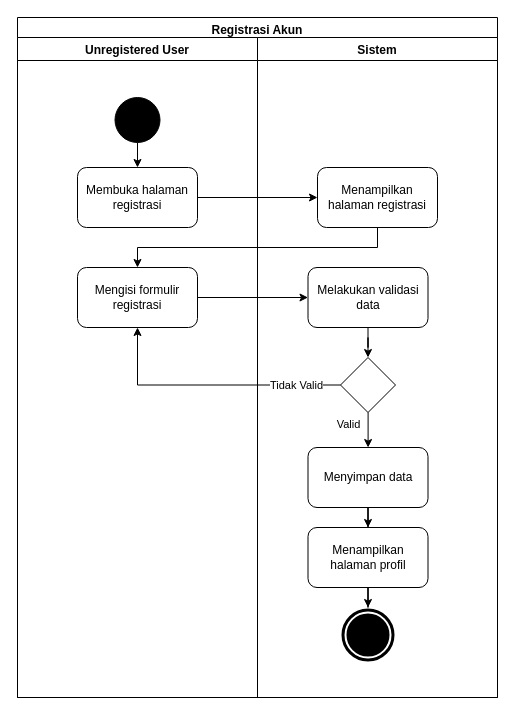
This is Diagram/Activity Diagram/1. register.drawio from techie-jhs/thesis, a draw.io file, before an edit. Source tidied: cells renumbered, new cells numbered last; positions are measured from the earlier drawing's top-left corner, leaving out a move shared by most shapes. Both pictures are drawn from the tidied source at 100%, with x=0, y=0 at pixel (17, 17).
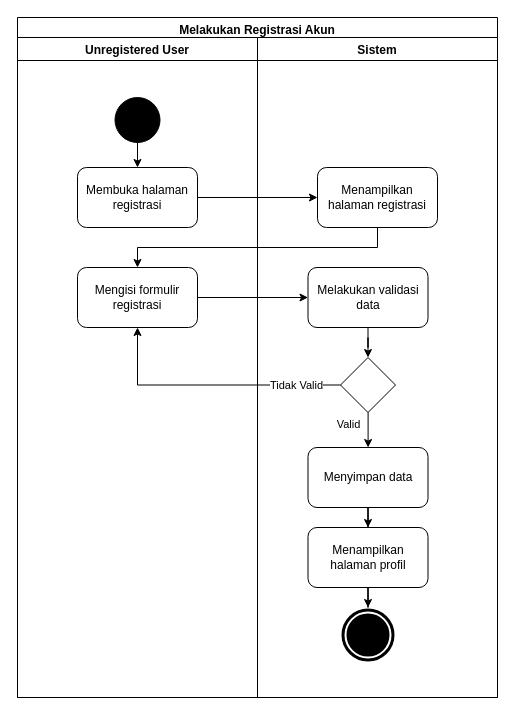
After the change.

What changed in the source:
```diff
@@
-    <mxCell id="2" value="Registrasi Akun" style="swimlane;fillColor=none;" parent="1" vertex="1">
+    <mxCell id="2" value="Melakukan Registrasi Akun" style="swimlane;fillColor=none;startSize=23;" parent="1" vertex="1">
       <mxGeometry width="480" height="680" as="geometry" />
     </mxCell>
```
